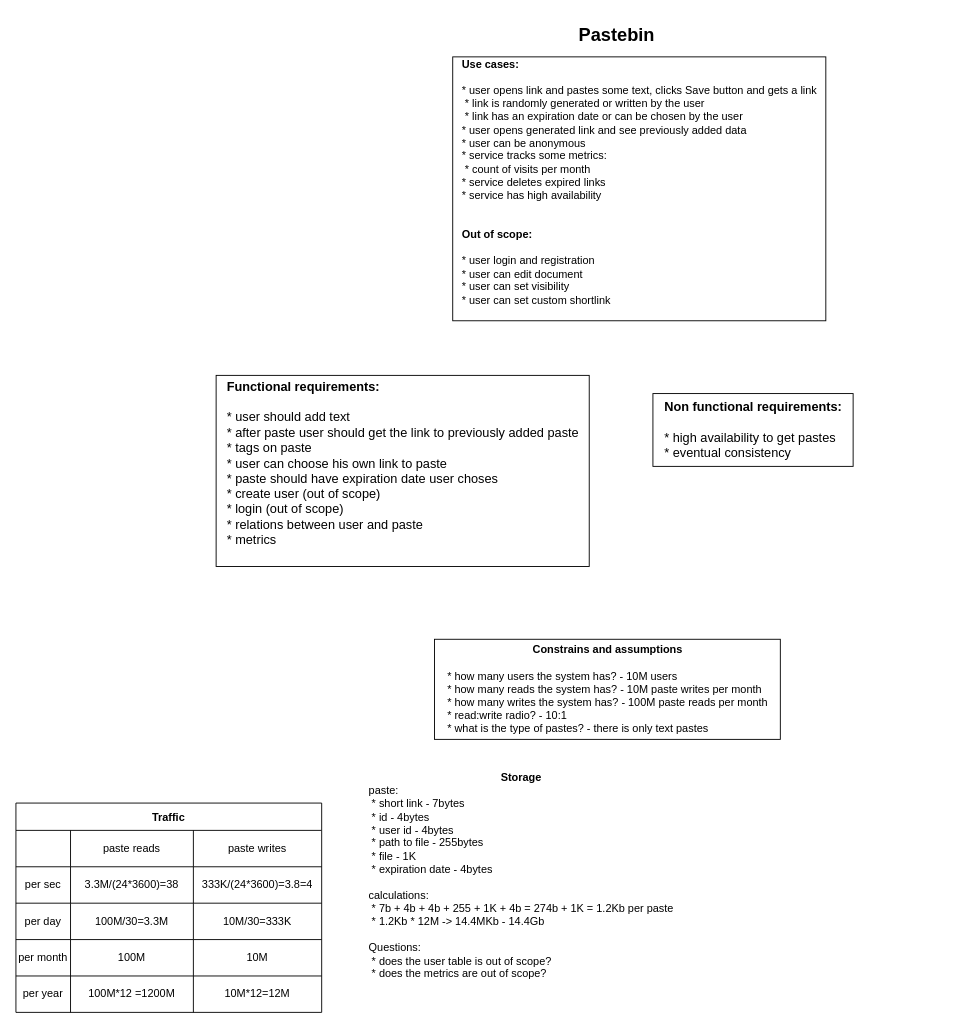
Before: src/main/resources/systemDesign/drawio/Pastebin.drawio in yakovshmidt/algo-problems, a draw.io diagram. Source tidied: cells renumbered, new cells numbered last; positions are measured from the earlier drawing's top-left corner, leaving out a move shared by most shapes. Both pictures are drawn from the tidied source at 91%, with x=0, y=0 at pixel (15, 15).
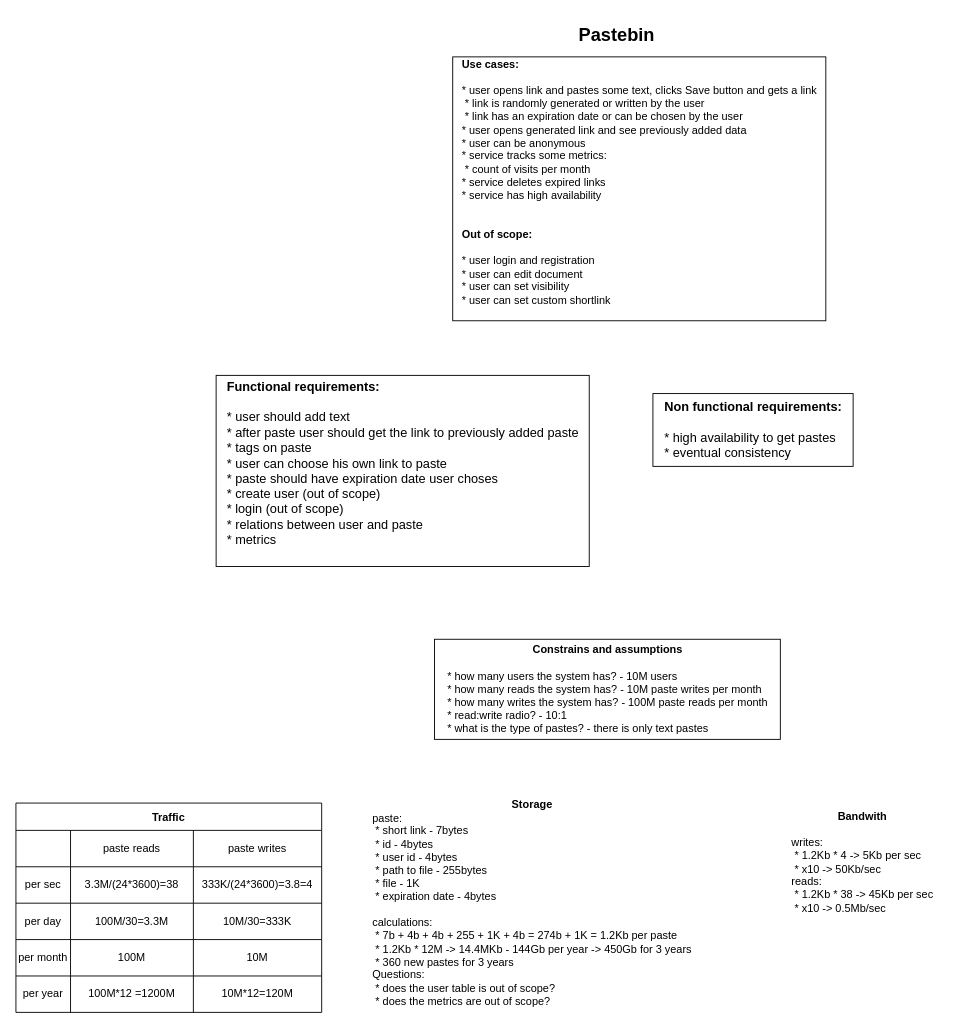
The same page after the edit.

Commit message:
feat: add bandwidth calculations

The change refers to these unchanged cells:
```xml
<mxCell id="24" style="shape=tableRow;horizontal=0;startSize=0;swimlaneHead=0;swimlaneBody=0;top=0;left=0;bottom=0;right=0;fillColor=none;rounded=0;shadow=0;glass=0;sketch=0;fillStyle=auto;strokeColor=default;" parent="7" vertex="1">
  <mxGeometry y="190" width="336" height="40" as="geometry" />
</mxCell>
```

The edit, as a diff of the source:
```diff
@@
-    <mxCell id="27" value="10M*12=12M" style="shape=partialRectangle;html=1;whiteSpace=wrap;fillColor=none;top=0;left=0;bottom=0;right=0;overflow=hidden;rounded=0;shadow=0;glass=0;sketch=0;fillStyle=auto;strokeColor=default;" parent="24" vertex="1">
+    <mxCell id="27" value="10M*12=120M" style="shape=partialRectangle;html=1;whiteSpace=wrap;fillColor=none;top=0;left=0;bottom=0;right=0;overflow=hidden;rounded=0;shadow=0;glass=0;sketch=0;fillStyle=auto;strokeColor=default;" parent="24" vertex="1">
       <mxGeometry x="195" width="141" height="40" as="geometry" />
     </mxCell>
-    <mxCell id="28" value="&lt;b&gt;Storage&lt;/b&gt;&lt;br&gt;&lt;div style=&quot;text-align: left;&quot;&gt;paste:&lt;/div&gt;&lt;div style=&quot;text-align: left;&quot;&gt;&lt;span style=&quot;white-space: pre;&quot;&gt; * short link - 7bytes&lt;/span&gt;&lt;br&gt;&lt;/div&gt;&lt;div style=&quot;text-align: left;&quot;&gt;&lt;span style=&quot;white-space: pre;&quot;&gt;&lt;span style=&quot;white-space: pre;&quot;&gt; * id - 4bytes&lt;/span&gt;&lt;br&gt;&lt;/span&gt;&lt;/div&gt;&lt;div style=&quot;text-align: left;&quot;&gt;&lt;span style=&quot;white-space: pre;&quot;&gt;&lt;span style=&quot;white-space: pre;&quot;&gt;&lt;span style=&quot;white-space: pre;&quot;&gt; * user id - 4bytes&lt;/span&gt;&lt;br&gt;&lt;/span&gt;&lt;/span&gt;&lt;/div&gt;&lt;div style=&quot;text-align: left;&quot;&gt;&lt;span style=&quot;white-space: pre;&quot;&gt;&lt;span style=&quot;white-space: pre;&quot;&gt;&lt;span style=&quot;white-space: pre;&quot;&gt;&lt;span style=&quot;white-space: pre;&quot;&gt; * path to file - 255bytes&lt;/span&gt;&lt;br&gt;&lt;/span&gt;&lt;/span&gt;&lt;/span&gt;&lt;/div&gt;&lt;div style=&quot;text-align: left;&quot;&gt;&lt;span style=&quot;white-space: pre;&quot;&gt;&lt;span style=&quot;white-space: pre;&quot;&gt;&lt;span style=&quot;white-space: pre;&quot;&gt;&lt;span style=&quot;white-space: pre;&quot;&gt;&lt;span style=&quot;white-space: pre;&quot;&gt; * file - 1K&lt;/span&gt;&lt;br&gt;&lt;/span&gt;&lt;/span&gt;&lt;/span&gt;&lt;/span&gt;&lt;/div&gt;&lt;div style=&quot;text-align: left;&quot;&gt;&lt;span style=&quot;white-space: pre;&quot;&gt;&lt;span style=&quot;white-space: pre;&quot;&gt;&lt;span style=&quot;white-space: pre;&quot;&gt;&lt;span style=&quot;white-space: pre;&quot;&gt;&lt;span style=&quot;white-space: pre;&quot;&gt;&lt;span style=&quot;white-space: pre;&quot;&gt;&lt;span style=&quot;white-space: pre;&quot;&gt; &lt;/span&gt;* expiration date - 4bytes&lt;/span&gt;&lt;br&gt;&lt;/span&gt;&lt;/span&gt;&lt;/span&gt;&lt;/span&gt;&lt;/span&gt;&lt;/div&gt;&lt;div style=&quot;text-align: left;&quot;&gt;&lt;span style=&quot;white-space: pre;&quot;&gt;&lt;span style=&quot;white-space: pre;&quot;&gt;&lt;span style=&quot;white-space: pre;&quot;&gt;&lt;span style=&quot;white-space: pre;&quot;&gt;&lt;span style=&quot;white-space: pre;&quot;&gt;&lt;span style=&quot;white-space: pre;&quot;&gt;&lt;br&gt;&lt;/span&gt;&lt;/span&gt;&lt;/span&gt;&lt;/span&gt;&lt;/span&gt;&lt;/span&gt;&lt;/div&gt;&lt;div style=&quot;text-align: left;&quot;&gt;&lt;span style=&quot;white-space: pre;&quot;&gt;calculations:&amp;nbsp;&lt;/span&gt;&lt;/div&gt;&lt;div style=&quot;text-align: left;&quot;&gt;&lt;span style=&quot;white-space: pre;&quot;&gt;&lt;span style=&quot;white-space: pre;&quot;&gt; * &lt;/span&gt;7b + 4b + 4b + 255 + 1K + 4b = 274b + 1K = 1.2Kb per paste&lt;/span&gt;&lt;/div&gt;&lt;div style=&quot;text-align: left;&quot;&gt;&lt;span style=&quot;white-space: pre;&quot;&gt;&lt;span style=&quot;white-space: pre;&quot;&gt; * 1.2Kb * 12M -&amp;gt; 14.4MKb - 14.4Gb&lt;/span&gt;&lt;br&gt;&lt;/span&gt;&lt;/div&gt;&lt;div style=&quot;text-align: left;&quot;&gt;&lt;span style=&quot;white-space: pre;&quot;&gt;&lt;span style=&quot;white-space: pre;&quot;&gt;&lt;span style=&quot;white-space: pre;&quot;&gt;&lt;span style=&quot;white-space: pre;&quot;&gt;&lt;span style=&quot;white-space: pre;&quot;&gt;&lt;span style=&quot;white-space: pre;&quot;&gt;&lt;br&gt;&lt;/span&gt;&lt;/span&gt;&lt;/span&gt;&lt;/span&gt;&lt;/span&gt;&lt;/span&gt;&lt;/div&gt;&lt;div style=&quot;text-align: left;&quot;&gt;&lt;span style=&quot;white-space: pre;&quot;&gt;&lt;span style=&quot;white-space: pre;&quot;&gt;&lt;span style=&quot;white-space: pre;&quot;&gt;&lt;span style=&quot;white-space: pre;&quot;&gt;&lt;span style=&quot;white-space: pre;&quot;&gt;&lt;span style=&quot;white-space: pre;&quot;&gt;Questions:&lt;/span&gt;&lt;/span&gt;&lt;/span&gt;&lt;/span&gt;&lt;/span&gt;&lt;/span&gt;&lt;/div&gt;&lt;div style=&quot;text-align: left;&quot;&gt;&lt;span style=&quot;white-space: pre;&quot;&gt;&lt;span style=&quot;white-space: pre;&quot;&gt;&lt;span style=&quot;white-space: pre;&quot;&gt;&lt;span style=&quot;white-space: pre;&quot;&gt;&lt;span style=&quot;white-space: pre;&quot;&gt;&lt;span style=&quot;white-space: pre;&quot;&gt;&lt;span style=&quot;white-space: pre;&quot;&gt; * &lt;/span&gt;does the user table is out of scope?&lt;/span&gt;&lt;/span&gt;&lt;/span&gt;&lt;/span&gt;&lt;/span&gt;&lt;/span&gt;&lt;/div&gt;&lt;div style=&quot;text-align: left;&quot;&gt;&lt;span style=&quot;white-space: pre;&quot;&gt; * does the metrics are out of scope?&lt;/span&gt;&lt;br&gt;&lt;/div&gt;" style="text;html=1;align=center;verticalAlign=middle;strokeColor=none;fillColor=none;" parent="1" vertex="1">
-      <mxGeometry x="365" y="825" width="380" height="240" as="geometry" />
+    <mxCell id="28" value="&lt;b&gt;Storage&lt;/b&gt;&lt;br&gt;&lt;div style=&quot;text-align: left;&quot;&gt;paste:&lt;/div&gt;&lt;div style=&quot;text-align: left;&quot;&gt;&lt;span style=&quot;white-space: pre;&quot;&gt; * short link - 7bytes&lt;/span&gt;&lt;br&gt;&lt;/div&gt;&lt;div style=&quot;text-align: left;&quot;&gt;&lt;span style=&quot;white-space: pre;&quot;&gt;&lt;span style=&quot;white-space: pre;&quot;&gt; * id - 4bytes&lt;/span&gt;&lt;br&gt;&lt;/span&gt;&lt;/div&gt;&lt;div style=&quot;text-align: left;&quot;&gt;&lt;span style=&quot;white-space: pre;&quot;&gt;&lt;span style=&quot;white-space: pre;&quot;&gt;&lt;span style=&quot;white-space: pre;&quot;&gt; * user id - 4bytes&lt;/span&gt;&lt;br&gt;&lt;/span&gt;&lt;/span&gt;&lt;/div&gt;&lt;div style=&quot;text-align: left;&quot;&gt;&lt;span style=&quot;white-space: pre;&quot;&gt;&lt;span style=&quot;white-space: pre;&quot;&gt;&lt;span style=&quot;white-space: pre;&quot;&gt;&lt;span style=&quot;white-space: pre;&quot;&gt; * path to file - 255bytes&lt;/span&gt;&lt;br&gt;&lt;/span&gt;&lt;/span&gt;&lt;/span&gt;&lt;/div&gt;&lt;div style=&quot;text-align: left;&quot;&gt;&lt;span style=&quot;white-space: pre;&quot;&gt;&lt;span style=&quot;white-space: pre;&quot;&gt;&lt;span style=&quot;white-space: pre;&quot;&gt;&lt;span style=&quot;white-space: pre;&quot;&gt;&lt;span style=&quot;white-space: pre;&quot;&gt; * file - 1K&lt;/span&gt;&lt;br&gt;&lt;/span&gt;&lt;/span&gt;&lt;/span&gt;&lt;/span&gt;&lt;/div&gt;&lt;div style=&quot;text-align: left;&quot;&gt;&lt;span style=&quot;white-space: pre;&quot;&gt;&lt;span style=&quot;white-space: pre;&quot;&gt;&lt;span style=&quot;white-space: pre;&quot;&gt;&lt;span style=&quot;white-space: pre;&quot;&gt;&lt;span style=&quot;white-space: pre;&quot;&gt;&lt;span style=&quot;white-space: pre;&quot;&gt;&lt;span style=&quot;white-space: pre;&quot;&gt; &lt;/span&gt;* expiration date - 4bytes&lt;/span&gt;&lt;br&gt;&lt;/span&gt;&lt;/span&gt;&lt;/span&gt;&lt;/span&gt;&lt;/span&gt;&lt;/div&gt;&lt;div style=&quot;text-align: left;&quot;&gt;&lt;span style=&quot;white-space: pre;&quot;&gt;&lt;span style=&quot;white-space: pre;&quot;&gt;&lt;span style=&quot;white-space: pre;&quot;&gt;&lt;span style=&quot;white-space: pre;&quot;&gt;&lt;span style=&quot;white-space: pre;&quot;&gt;&lt;span style=&quot;white-space: pre;&quot;&gt;&lt;br&gt;&lt;/span&gt;&lt;/span&gt;&lt;/span&gt;&lt;/span&gt;&lt;/span&gt;&lt;/span&gt;&lt;/div&gt;&lt;div style=&quot;text-align: left;&quot;&gt;&lt;span style=&quot;white-space: pre;&quot;&gt;calculations:&amp;nbsp;&lt;/span&gt;&lt;/div&gt;&lt;div style=&quot;text-align: left;&quot;&gt;&lt;span style=&quot;white-space: pre;&quot;&gt;&lt;span style=&quot;white-space: pre;&quot;&gt; * &lt;/span&gt;7b + 4b + 4b + 255 + 1K + 4b = 274b + 1K = 1.2Kb per paste&lt;/span&gt;&lt;/div&gt;&lt;div style=&quot;text-align: left;&quot;&gt;&lt;span style=&quot;white-space: pre;&quot;&gt; * 1.2Kb * 12M -&amp;gt; 14.4MKb - 144Gb per year -&amp;gt; 450Gb for 3 years&lt;/span&gt;&lt;/div&gt;&lt;div style=&quot;text-align: left;&quot;&gt;&lt;span style=&quot;white-space: pre;&quot;&gt;&lt;span style=&quot;white-space: pre;&quot;&gt; * 360 new pastes for 3 years&lt;/span&gt;&lt;/span&gt;&lt;/div&gt;&lt;div style=&quot;text-align: left;&quot;&gt;&lt;span style=&quot;white-space: pre;&quot;&gt;&lt;span style=&quot;white-space: pre;&quot;&gt;&lt;span style=&quot;white-space: pre;&quot;&gt;&lt;span style=&quot;white-space: pre;&quot;&gt;&lt;span style=&quot;white-space: pre;&quot;&gt;&lt;span style=&quot;white-space: pre;&quot;&gt;Questions:&lt;/span&gt;&lt;/span&gt;&lt;/span&gt;&lt;/span&gt;&lt;/span&gt;&lt;/span&gt;&lt;/div&gt;&lt;div style=&quot;text-align: left;&quot;&gt;&lt;span style=&quot;white-space: pre;&quot;&gt;&lt;span style=&quot;white-space: pre;&quot;&gt;&lt;span style=&quot;white-space: pre;&quot;&gt;&lt;span style=&quot;white-space: pre;&quot;&gt;&lt;span style=&quot;white-space: pre;&quot;&gt;&lt;span style=&quot;white-space: pre;&quot;&gt;&lt;span style=&quot;white-space: pre;&quot;&gt; * &lt;/span&gt;does the user table is out of scope?&lt;/span&gt;&lt;/span&gt;&lt;/span&gt;&lt;/span&gt;&lt;/span&gt;&lt;/span&gt;&lt;/div&gt;&lt;div style=&quot;text-align: left;&quot;&gt;&lt;span style=&quot;white-space: pre;&quot;&gt; * does the metrics are out of scope?&lt;/span&gt;&lt;br&gt;&lt;/div&gt;" style="text;html=1;align=center;verticalAlign=middle;strokeColor=none;fillColor=none;" parent="1" vertex="1">
+      <mxGeometry x="367" y="855" width="400" height="240" as="geometry" />
     </mxCell>
+    <mxCell id="29" value="&lt;b&gt;Bandwith&lt;/b&gt;&lt;br&gt;&lt;div style=&quot;text-align: left;&quot;&gt;&lt;br&gt;&lt;/div&gt;&lt;div style=&quot;text-align: left;&quot;&gt;writes:&lt;/div&gt;&lt;div style=&quot;text-align: left;&quot;&gt;&lt;span style=&quot;white-space: pre;&quot;&gt; * 1.2Kb * 4 -&amp;gt; 5Kb per sec&lt;/span&gt;&lt;br&gt;&lt;/div&gt;&lt;div style=&quot;text-align: left;&quot;&gt;&lt;span style=&quot;white-space: pre;&quot;&gt;&lt;span style=&quot;white-space: pre;&quot;&gt; * x10 -&amp;gt; 50Kb/sec&lt;/span&gt;&lt;br&gt;&lt;/span&gt;&lt;/div&gt;&lt;div style=&quot;text-align: left;&quot;&gt;reads:&lt;/div&gt;&lt;div style=&quot;text-align: left;&quot;&gt;&lt;span style=&quot;white-space: pre;&quot;&gt; * 1.2Kb * 38 -&amp;gt; 45Kb per sec&lt;/span&gt;&lt;br&gt;&lt;/div&gt;&lt;div style=&quot;text-align: left;&quot;&gt;&lt;span style=&quot;white-space: pre;&quot;&gt;&lt;span style=&quot;white-space: pre;&quot;&gt; * x10 -&amp;gt; 0.5Mb/sec&lt;/span&gt;&lt;br&gt;&lt;/span&gt;&lt;/div&gt;" style="text;html=1;align=center;verticalAlign=middle;strokeColor=none;fillColor=none;" parent="1" vertex="1">
+      <mxGeometry x="830" y="865" width="200" height="130" as="geometry" />
+    </mxCell>
```
